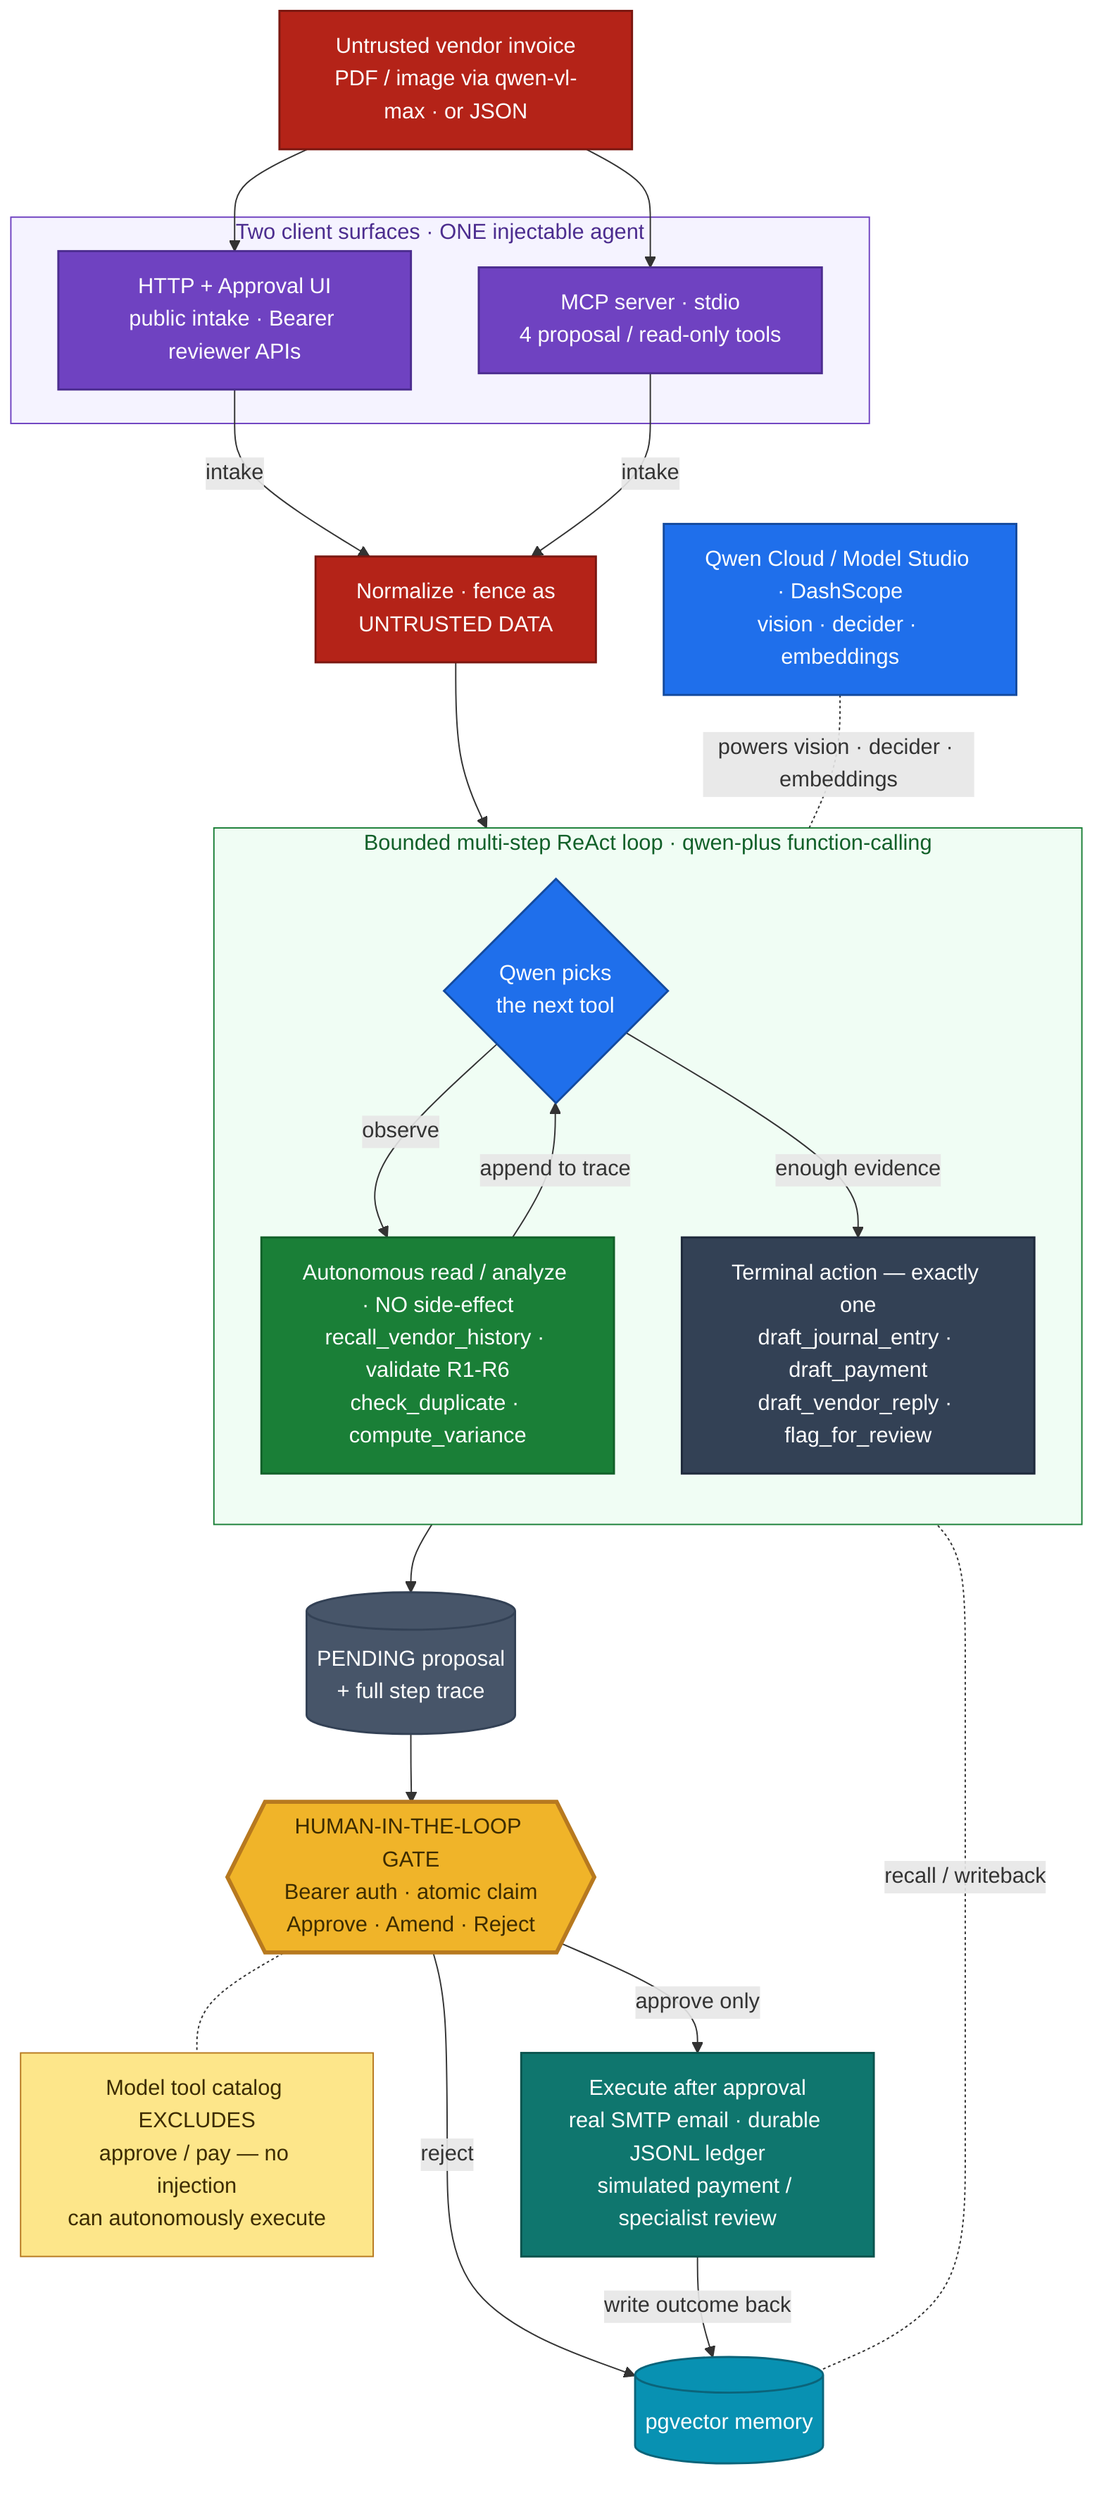
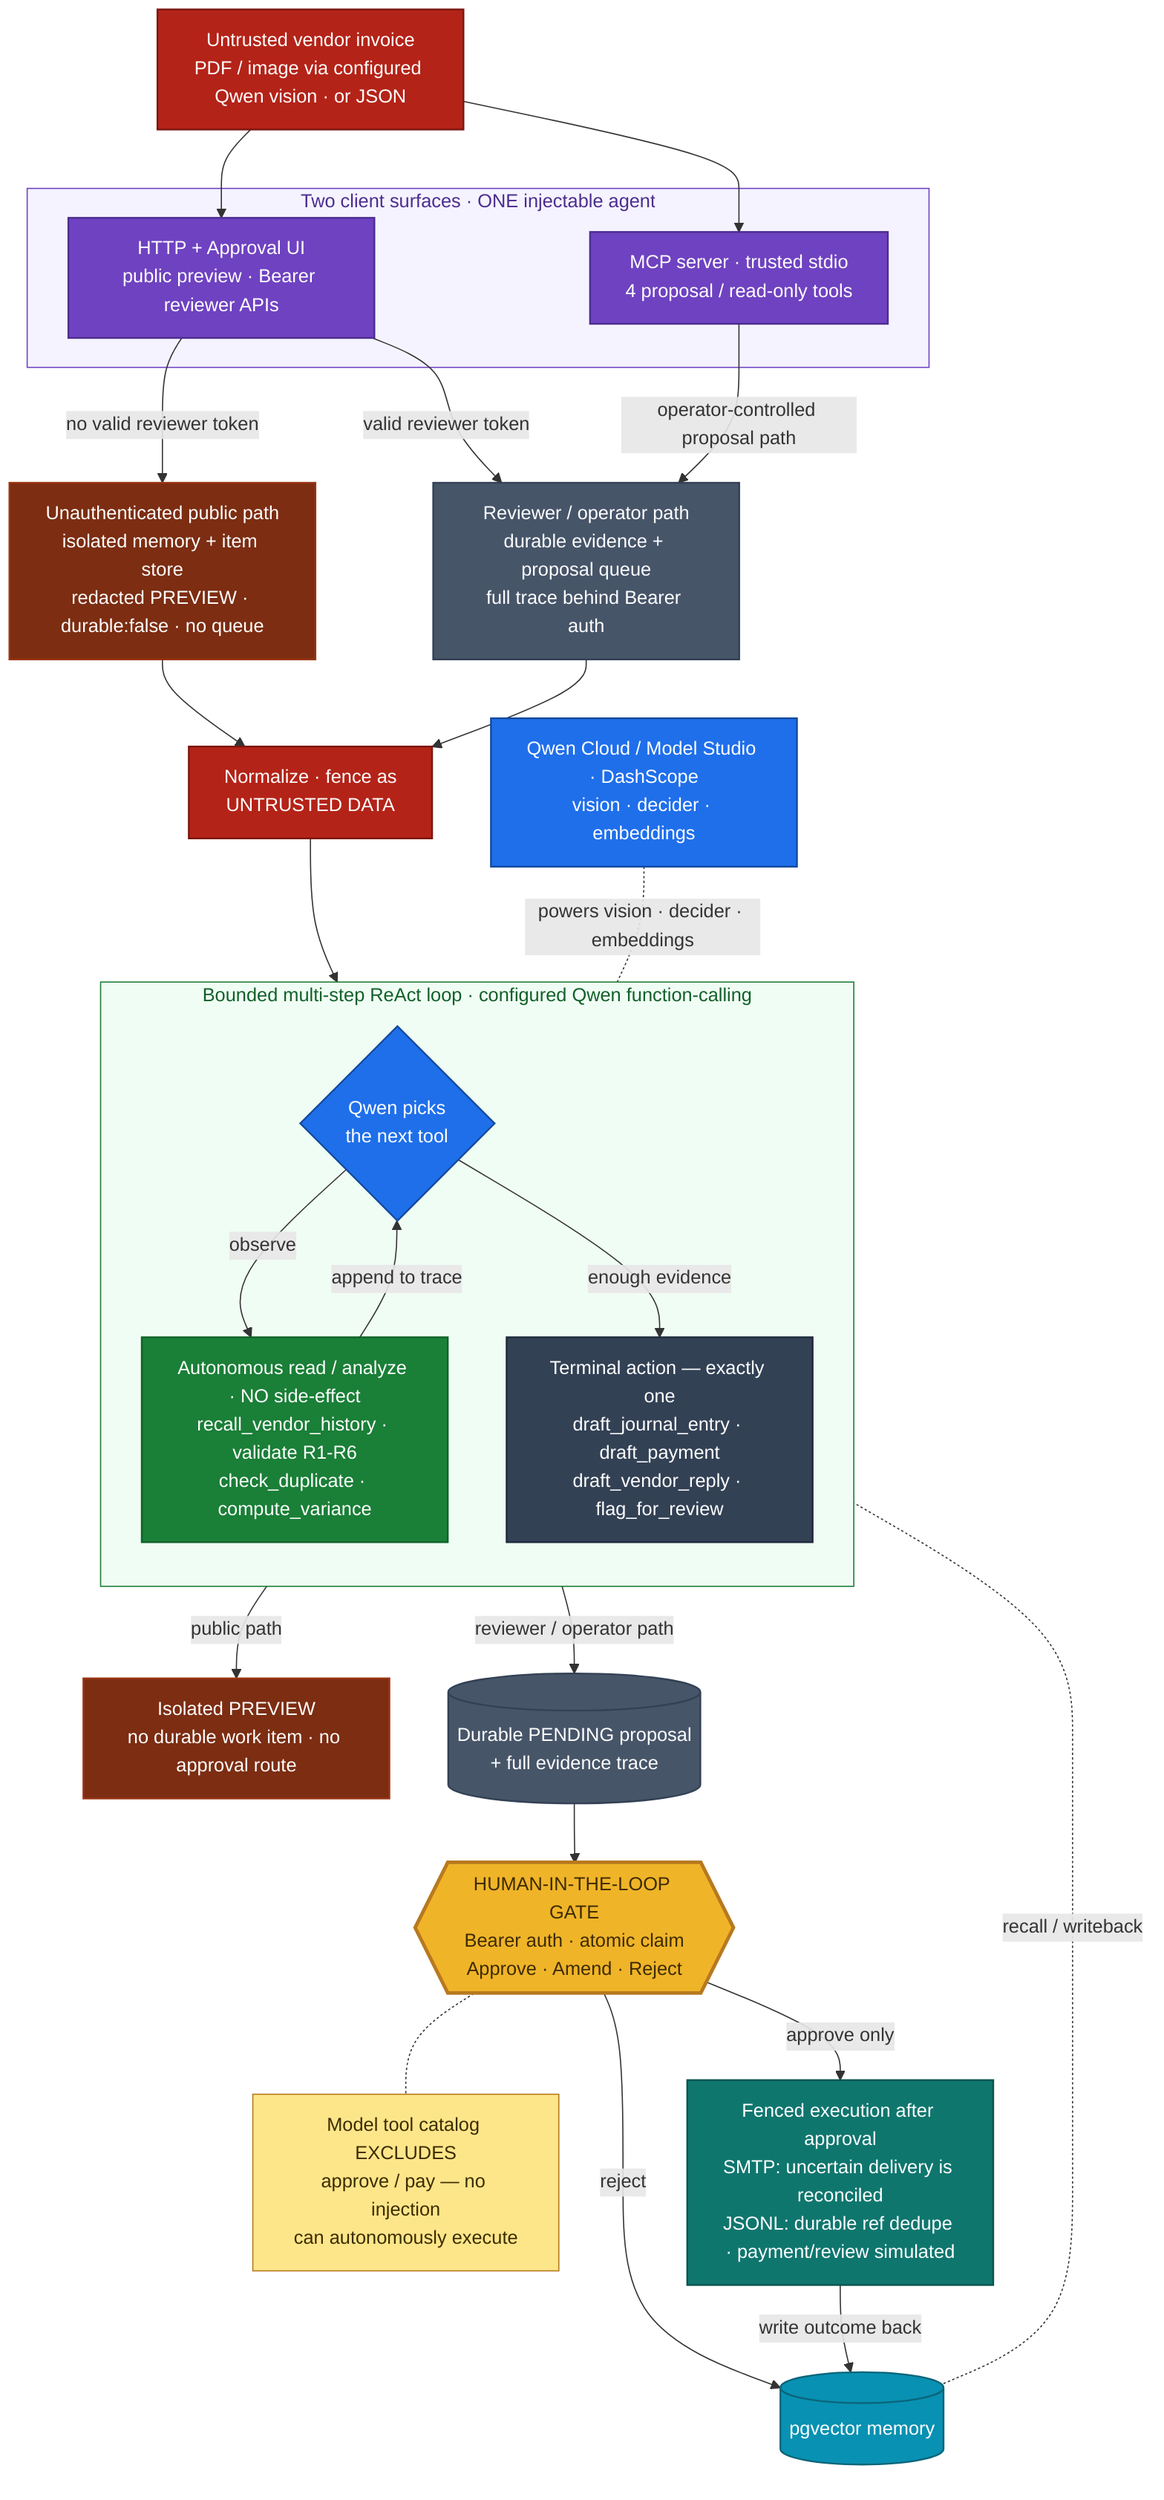
flowchart TD
-     IN["Untrusted vendor invoice<br/>PDF / image via qwen-vl-max &middot; or JSON"]:::untrusted
+     IN["Untrusted vendor invoice<br/>PDF / image via configured Qwen vision &middot; or JSON"]:::untrusted

    subgraph SURF["Two client surfaces &middot; ONE injectable agent"]
-       HTTP["HTTP + Approval UI<br/>public intake &middot; Bearer reviewer APIs"]:::surface
-       MCP["MCP server &middot; stdio<br/>4 proposal / read-only tools"]:::surface
+       HTTP["HTTP + Approval UI<br/>public preview &middot; Bearer reviewer APIs"]:::surface
+       MCP["MCP server &middot; trusted stdio<br/>4 proposal / read-only tools"]:::surface
    end
+ 
+     PUBLIC["Unauthenticated public path<br/>isolated memory + item store<br/>redacted PREVIEW &middot; durable:false &middot; no queue"]:::preview
+     REVIEWER["Reviewer / operator path<br/>durable evidence + proposal queue<br/>full trace behind Bearer auth"]:::pending

    NORM["Normalize &middot; fence as<br/>UNTRUSTED DATA"]:::untrusted

-     subgraph LOOP["Bounded multi-step ReAct loop &middot; qwen-plus function-calling"]
+     subgraph LOOP["Bounded multi-step ReAct loop &middot; configured Qwen function-calling"]
      direction TB
      DEC{"Qwen picks<br/>the next tool"}:::ai
      READ["Autonomous read / analyze &middot; NO side-effect<br/>recall_vendor_history &middot; validate R1-R6<br/>check_duplicate &middot; compute_variance"]:::auto
      TERM["Terminal action &mdash; exactly one<br/>draft_journal_entry &middot; draft_payment<br/>draft_vendor_reply &middot; flag_for_review"]:::terminal
      DEC -->|observe| READ
      READ -->|append to trace| DEC
      DEC -->|enough evidence| TERM
    end

-     PEND[("PENDING proposal<br/>+ full step trace")]:::pending
+     PREVIEW["Isolated PREVIEW<br/>no durable work item &middot; no approval route"]:::preview
+     PEND[("Durable PENDING proposal<br/>+ full evidence trace")]:::pending
    GATE{{"HUMAN-IN-THE-LOOP GATE<br/>Bearer auth &middot; atomic claim<br/>Approve &middot; Amend &middot; Reject"}}:::gate
    NOTE["Model tool catalog EXCLUDES<br/>approve / pay &mdash; no injection<br/>can autonomously execute"]:::guard
-     EXE["Execute after approval<br/>real SMTP email &middot; durable JSONL ledger<br/>simulated payment / specialist review"]:::exec
+     EXE["Fenced execution after approval<br/>SMTP: uncertain delivery is reconciled<br/>JSONL: durable ref dedupe &middot; payment/review simulated"]:::exec

    MEM[("pgvector memory")]:::memory
    QWEN["Qwen Cloud / Model Studio &middot; DashScope<br/>vision &middot; decider &middot; embeddings"]:::ai

    IN --> HTTP
    IN --> MCP
-     HTTP -->|intake| NORM
-     MCP -->|intake| NORM
+     HTTP -->|no valid reviewer token| PUBLIC
+     HTTP -->|valid reviewer token| REVIEWER
+     MCP -->|operator-controlled proposal path| REVIEWER
+     PUBLIC --> NORM
+     REVIEWER --> NORM
    NORM --> DEC
-     TERM --> PEND
+     TERM -->|public path| PREVIEW
+     TERM -->|reviewer / operator path| PEND
    PEND --> GATE
    GATE -->|approve only| EXE
    GATE -->|reject| MEM
    EXE -->|write outcome back| MEM
    GATE -.- NOTE

    MEM -. recall / writeback .- READ
    QWEN -. powers vision &middot; decider &middot; embeddings .- LOOP

    classDef untrusted fill:#b42318,stroke:#7a1710,stroke-width:1.5px,color:#ffffff;
    classDef surface fill:#6f42c1,stroke:#4c2d8f,stroke-width:1.5px,color:#ffffff;
    classDef ai fill:#1f6feb,stroke:#134a9e,stroke-width:1.5px,color:#ffffff;
    classDef auto fill:#1a7f37,stroke:#116029,stroke-width:1.5px,color:#ffffff;
    classDef terminal fill:#334155,stroke:#1e293b,stroke-width:1.5px,color:#ffffff;
    classDef pending fill:#475569,stroke:#334155,stroke-width:1.5px,color:#ffffff;
+     classDef preview fill:#7c2d12,stroke:#9a3412,stroke-width:1.5px,color:#ffffff;
    classDef gate fill:#f0b429,stroke:#b7791f,stroke-width:3px,color:#3d2c00;
    classDef guard fill:#fde68a,stroke:#b7791f,stroke-width:1px,color:#3d2c00;
    classDef exec fill:#0f766e,stroke:#0b544e,stroke-width:1.5px,color:#ffffff;
    classDef memory fill:#0891b2,stroke:#0b647a,stroke-width:1.5px,color:#ffffff;

    style SURF fill:#f5f3ff,stroke:#6f42c1,color:#4c2d8f;
    style LOOP fill:#f0fdf4,stroke:#1a7f37,color:#116029;
